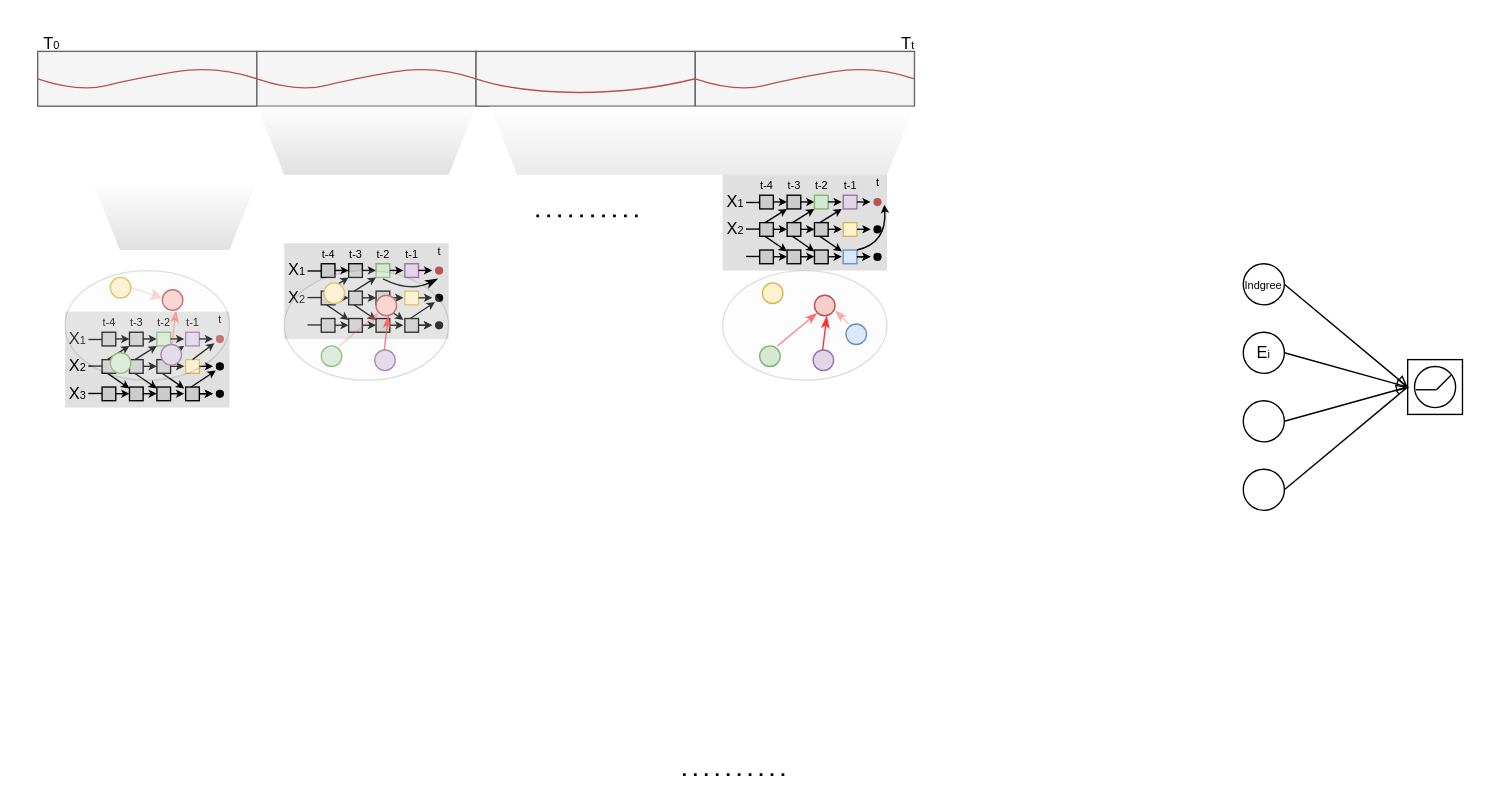
hzb29/hzb29 keeps this draw.io diagram as Causal.drawio. Above is the earlier version. Source tidied: cells renumbered, new cells numbered last; positions are measured from the earlier drawing's top-left corner, leaving out a move shared by most shapes. Both pictures are drawn from the tidied source at 137%, with x=0, y=0 at pixel (23, 23).
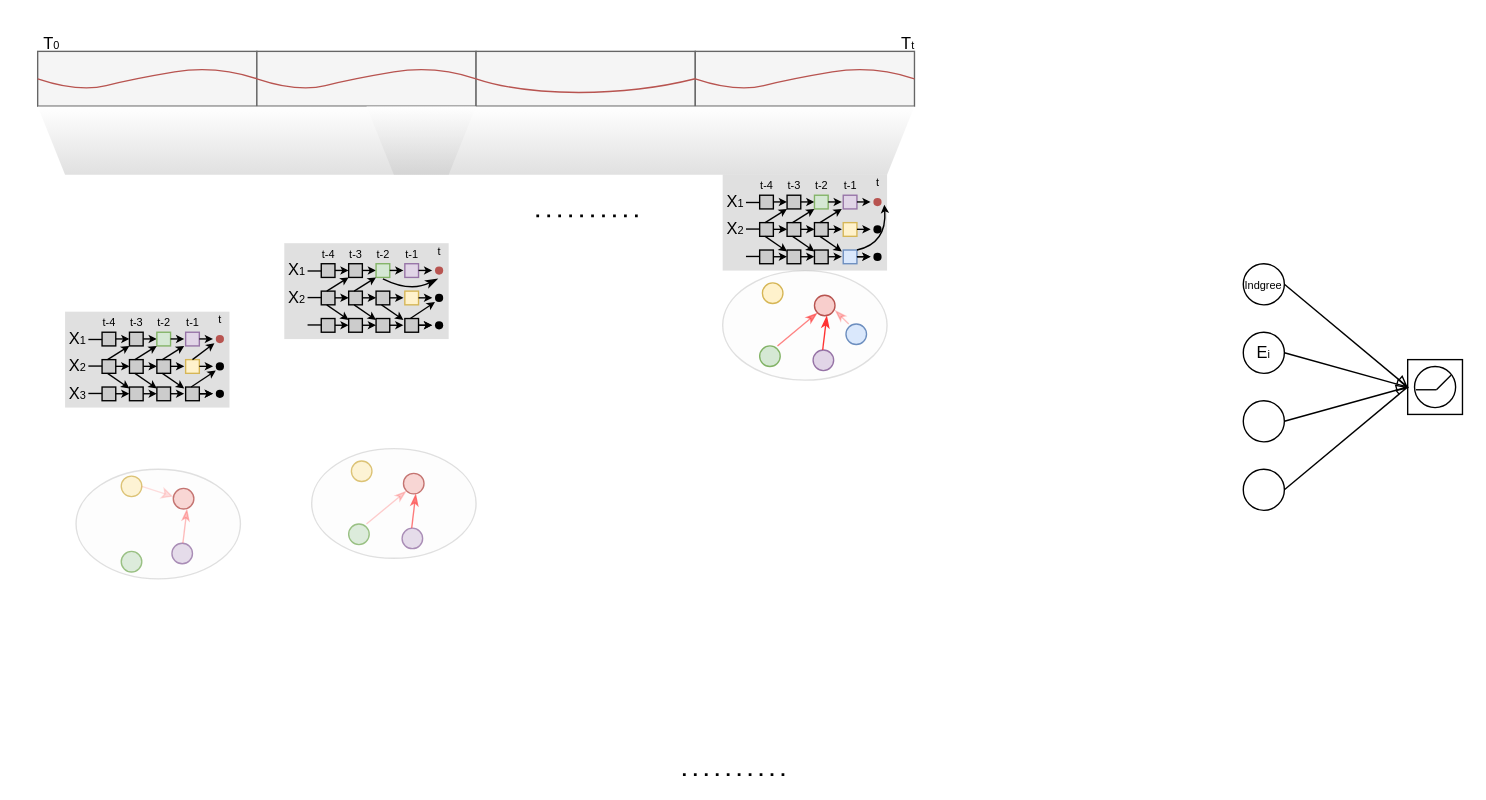
The same page after the edit.

Diff of the diagram source:
```diff
@@
-    <mxCell id="11" style="shape=trapezoid;perimeter=trapezoidPerimeter;whiteSpace=wrap;html=1;fixedSize=1;rotation=-180;size=20;gradientColor=#CCCCCC;strokeColor=none;gradientDirection=north;fixDash=0;comic=0;linecap=square;linejoin=arcs;rounded=0;opacity=60;" parent="1" vertex="1">
-      <mxGeometry x="50" y="115" width="120" height="50" as="geometry" />
-    </mxCell>
@@
     <mxCell id="167" style="group;" parent="1" vertex="1">
-      <mxGeometry x="30" y="180" width="120" height="80" as="geometry" />
+      <mxGeometry x="38" y="325" width="120" height="80" as="geometry" />
     </mxCell>
@@
     <mxCell id="175" style="group;" parent="1" vertex="1">
-      <mxGeometry x="190" y="180" width="120" height="80" as="geometry" />
+      <mxGeometry x="210" y="310" width="120" height="80" as="geometry" />
     </mxCell>
@@
     <mxCell id="193" style="shape=trapezoid;perimeter=trapezoidPerimeter;whiteSpace=wrap;html=1;fixedSize=1;rotation=-180;size=20;gradientColor=#CCCCCC;strokeColor=none;gradientDirection=north;fixDash=0;comic=0;linecap=square;linejoin=arcs;rounded=0;opacity=60;" parent="1" vertex="1">
-      <mxGeometry x="170" y="60" width="160" height="50" as="geometry" />
+      <mxGeometry x="10" y="60" width="320" height="50" as="geometry" />
     </mxCell>
-    <mxCell id="194" style="shape=trapezoid;perimeter=trapezoidPerimeter;whiteSpace=wrap;html=1;fixedSize=1;rotation=-180;size=20;gradientColor=#CCCCCC;strokeColor=none;gradientDirection=north;fixDash=0;comic=0;linecap=square;linejoin=arcs;rounded=0;opacity=40;" parent="1" vertex="1">
-      <mxGeometry x="340" y="60" width="310" height="50" as="geometry" />
+    <mxCell id="194" style="shape=trapezoid;perimeter=trapezoidPerimeter;whiteSpace=wrap;html=1;fixedSize=1;rotation=-180;size=20;gradientColor=#CCCCCC;strokeColor=none;gradientDirection=north;fixDash=0;comic=0;linecap=square;linejoin=arcs;rounded=0;opacity=60;" parent="1" vertex="1">
+      <mxGeometry x="250" y="60" width="400" height="50" as="geometry" />
     </mxCell>
```
